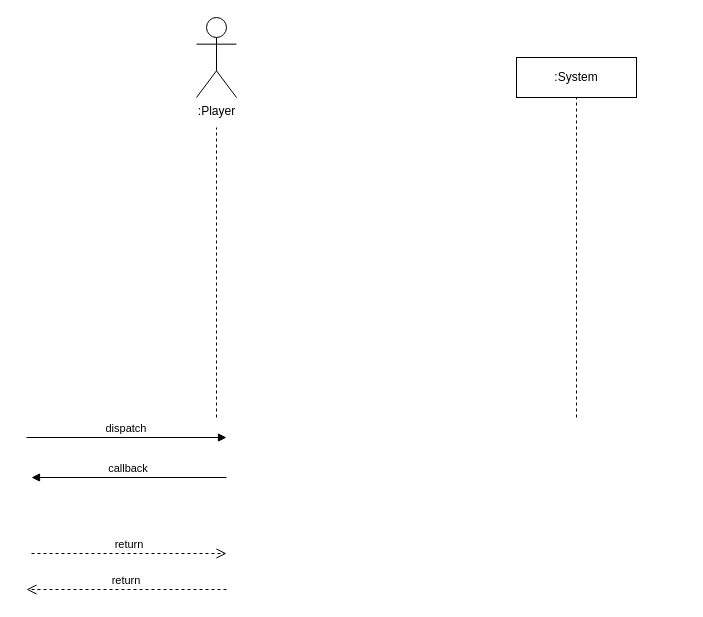
The draw.io diagram diagram/SystemSequenceDiagram.drawio in iGH01gi/SE_Term_Project, before the edit. Source tidied: cells renumbered, new cells numbered last; positions are measured from the earlier drawing's top-left corner, leaving out a move shared by most shapes. Both pictures are drawn from the tidied source at 100%, with x=0, y=0 at pixel (26, 17).
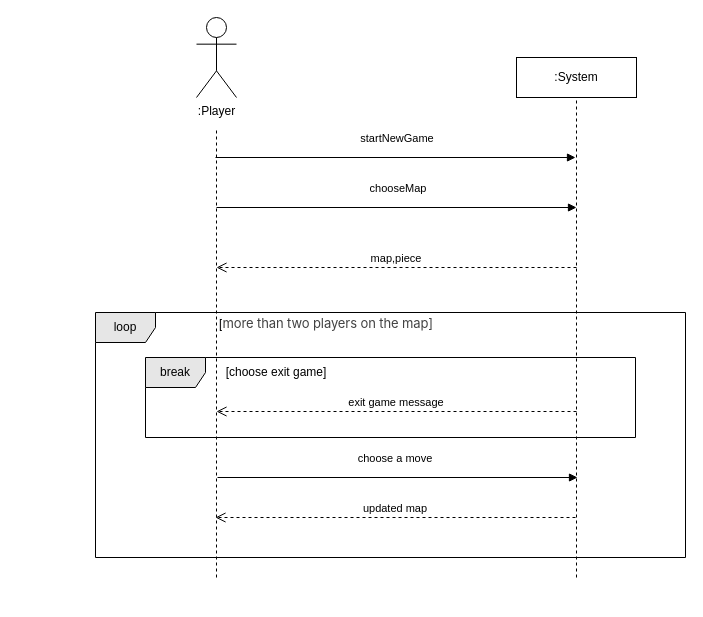
Above is the later version.

Unchanged cells that the change refers to:
```xml
<mxCell id="7" value=":System" style="rounded=0;whiteSpace=wrap;html=1;" parent="1" vertex="1">
  <mxGeometry x="490" y="40" width="120" height="40" as="geometry" />
</mxCell>
```

The edit, as a diff of the source:
```diff
@@
-    <mxCell id="2" value="return" style="verticalAlign=bottom;endArrow=open;dashed=1;endSize=8;exitX=0;exitY=0.95;shadow=0;strokeWidth=1;" parent="1" edge="1">
+    <mxCell id="2" value="map,piece" style="verticalAlign=bottom;endArrow=open;dashed=1;endSize=8;exitX=0;exitY=0.95;shadow=0;strokeWidth=1;" parent="1" edge="1">
       <mxGeometry relative="1" as="geometry">
-        <mxPoint x="200" y="572" as="sourcePoint" />
-        <mxPoint y="572" as="targetPoint" />
+        <mxPoint x="550" y="250" as="sourcePoint" />
+        <mxPoint x="190" y="250" as="targetPoint" />
       </mxGeometry>
     </mxCell>
-    <mxCell id="3" value="dispatch" style="verticalAlign=bottom;endArrow=block;entryX=0;entryY=0;shadow=0;strokeWidth=1;" parent="1" edge="1">
-      <mxGeometry relative="1" as="geometry">
-        <mxPoint y="420" as="sourcePoint" />
-        <mxPoint x="200" y="420" as="targetPoint" />
+    <mxCell id="3" value="startNewGame" style="verticalAlign=bottom;endArrow=block;shadow=0;strokeWidth=1;" parent="1" edge="1">
+      <mxGeometry x="0.01" y="10" relative="1" as="geometry">
+        <mxPoint x="189" y="140" as="sourcePoint" />
+        <mxPoint x="549" y="140" as="targetPoint" />
       </mxGeometry>
     </mxCell>
-    <mxCell id="4" value="callback" style="verticalAlign=bottom;endArrow=block;entryX=1;entryY=0;shadow=0;strokeWidth=1;" parent="1" edge="1">
-      <mxGeometry relative="1" as="geometry">
-        <mxPoint x="200" y="460" as="sourcePoint" />
-        <mxPoint x="5" y="460" as="targetPoint" />
-      </mxGeometry>
-    </mxCell>
-    <mxCell id="5" value="return" style="verticalAlign=bottom;endArrow=open;dashed=1;endSize=8;exitX=1;exitY=0.95;shadow=0;strokeWidth=1;" parent="1" edge="1">
-      <mxGeometry relative="1" as="geometry">
-        <mxPoint x="5" y="536" as="sourcePoint" />
-        <mxPoint x="200" y="536" as="targetPoint" />
-      </mxGeometry>
-    </mxCell>
@@
     <mxCell id="8" style="endArrow=none;dashed=1;html=1;rounded=0;" parent="1" edge="1">
       <mxGeometry relative="1" as="geometry">
-        <mxPoint x="190" y="400" as="sourcePoint" />
+        <mxPoint x="190" y="560" as="sourcePoint" />
         <mxPoint x="190" y="110" as="targetPoint" />
       </mxGeometry>
     </mxCell>
     <mxCell id="9" style="endArrow=none;dashed=1;html=1;rounded=0;entryX=0.5;entryY=1;entryDx=0;entryDy=0;" parent="1" edge="1" target="7">
       <mxGeometry relative="1" as="geometry">
-        <mxPoint x="550" y="400" as="sourcePoint" />
+        <mxPoint x="550" y="560" as="sourcePoint" />
       </mxGeometry>
     </mxCell>
+    <mxCell id="10" value="chooseMap" style="verticalAlign=bottom;endArrow=block;shadow=0;strokeWidth=1;" parent="1" edge="1">
+      <mxGeometry x="0.01" y="10" relative="1" as="geometry">
+        <mxPoint x="190" y="190" as="sourcePoint" />
+        <mxPoint x="550" y="190" as="targetPoint" />
+      </mxGeometry>
+    </mxCell>
+    <mxCell id="11" value="break" style="shape=umlFrame;whiteSpace=wrap;html=1;fillColor=#E6E6E6;" parent="1" vertex="1">
+      <mxGeometry x="119" y="340" width="490" height="80" as="geometry" />
+    </mxCell>
+    <mxCell id="12" value="[choose exit game]" style="text;html=1;strokeColor=none;fillColor=none;align=center;verticalAlign=middle;whiteSpace=wrap;rounded=0;" parent="1" vertex="1">
+      <mxGeometry x="180" y="340" width="140" height="30" as="geometry" />
+    </mxCell>
+    <mxCell id="13" value="exit game message" style="verticalAlign=bottom;endArrow=open;dashed=1;endSize=8;exitX=0;exitY=0.95;shadow=0;strokeWidth=1;" parent="1" edge="1">
+      <mxGeometry relative="1" as="geometry">
+        <mxPoint x="550" y="394" as="sourcePoint" />
+        <mxPoint x="190" y="394" as="targetPoint" />
+      </mxGeometry>
+    </mxCell>
+    <mxCell id="14" value="loop" style="shape=umlFrame;whiteSpace=wrap;html=1;fillColor=#E6E6E6;" parent="1" vertex="1">
+      <mxGeometry x="69" y="295" width="590" height="245" as="geometry" />
+    </mxCell>
+    <mxCell id="15" value="&lt;div style=&quot;text-align: center;&quot;&gt;&lt;span style=&quot;text-align: start; background-color: rgb(248, 249, 250);&quot;&gt;[&lt;/span&gt;&lt;span style=&quot;background-color: rgb(255, 255, 255); color: rgb(66, 66, 66); font-family: -apple-system, BlinkMacSystemFont, &amp;quot;Malgun Gothic&amp;quot;, &amp;quot;맑은 고딕&amp;quot;, helvetica, &amp;quot;Apple SD Gothic Neo&amp;quot;, helvetica, &amp;quot;나눔바른고딕 옛한글&amp;quot;, &amp;quot;NanumBarunGothic YetHangul&amp;quot;, sans-serif; font-size: 13px; letter-spacing: -0.1px; text-align: start;&quot;&gt;more than two players on the map]&lt;/span&gt;&lt;/div&gt;" style="text;html=1;strokeColor=none;fillColor=none;align=center;verticalAlign=middle;whiteSpace=wrap;rounded=0;" parent="1" vertex="1">
+      <mxGeometry x="145" y="291" width="310" height="30" as="geometry" />
+    </mxCell>
+    <mxCell id="16" value="choose a move" style="verticalAlign=bottom;endArrow=block;shadow=0;strokeWidth=1;" parent="1" edge="1">
+      <mxGeometry x="-0.01" y="10" relative="1" as="geometry">
+        <mxPoint x="191" y="460" as="sourcePoint" />
+        <mxPoint x="551" y="460" as="targetPoint" />
+      </mxGeometry>
+    </mxCell>
+    <mxCell id="17" value="updated map" style="verticalAlign=bottom;endArrow=open;dashed=1;endSize=8;exitX=0;exitY=0.95;shadow=0;strokeWidth=1;" parent="1" edge="1">
+      <mxGeometry relative="1" as="geometry">
+        <mxPoint x="549" y="500" as="sourcePoint" />
+        <mxPoint x="189" y="500" as="targetPoint" />
+      </mxGeometry>
+    </mxCell>
```
